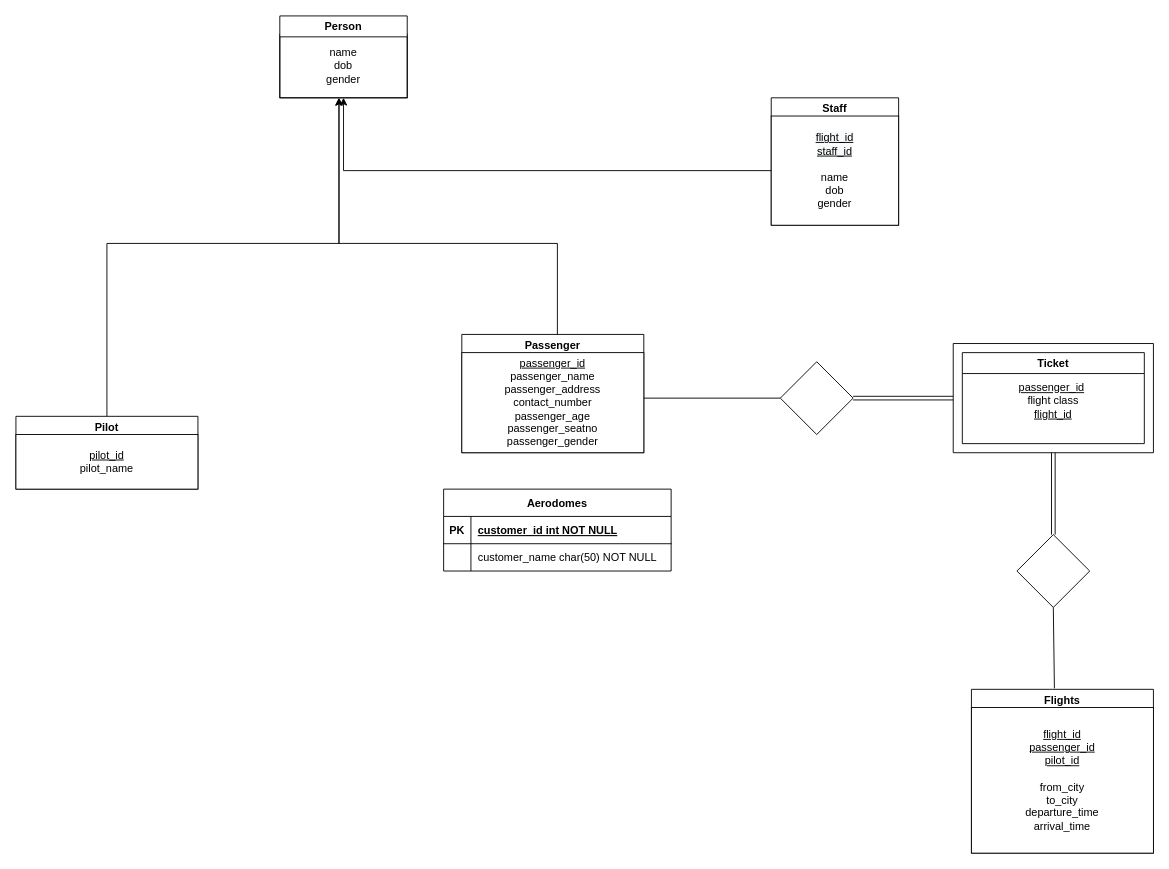
Before: Database.drawio in adarsh-kishore786/IT252-Project, a draw.io diagram. Source tidied: cells renumbered, new cells numbered last; positions are measured from the earlier drawing's top-left corner, leaving out a move shared by most shapes. Both pictures are drawn from the tidied source at 91%, with x=0, y=0 at pixel (15, 15).
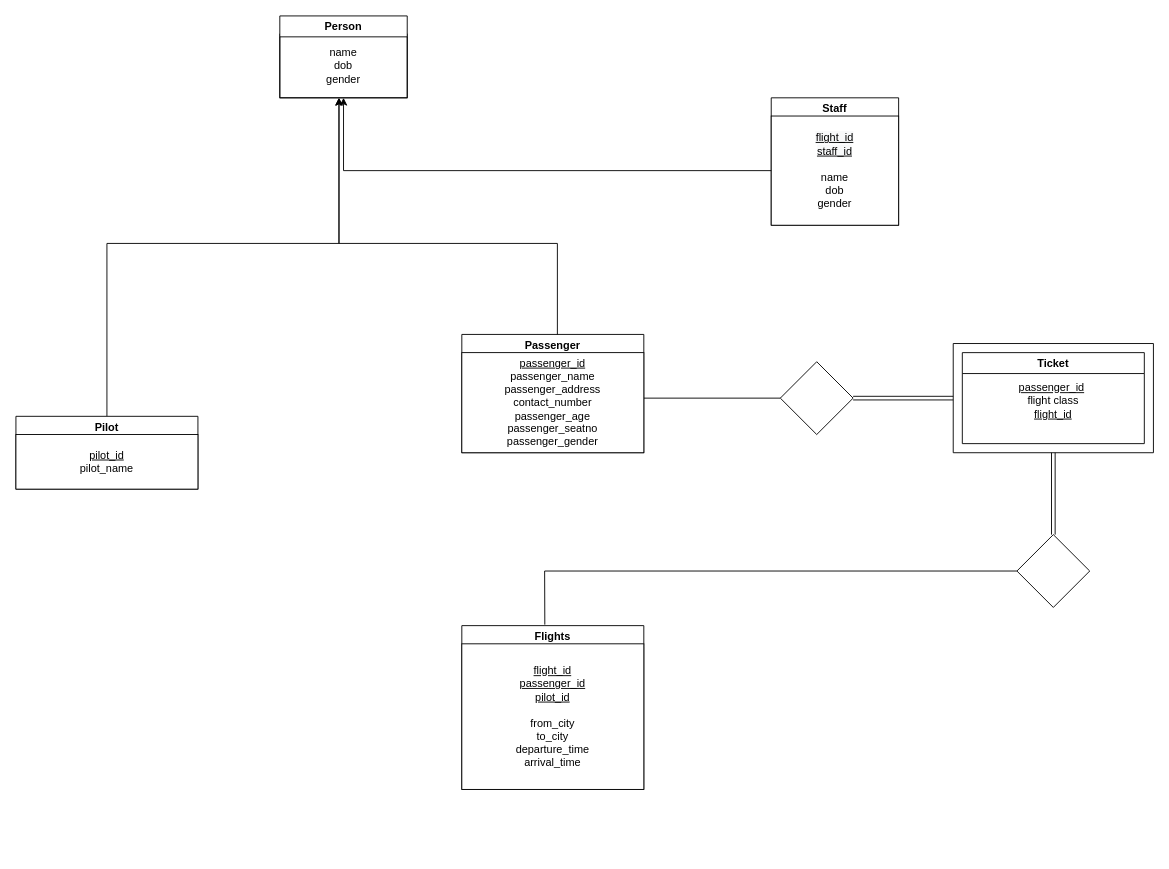
The same page after the edit.

The change refers to these unchanged cells:
```xml
<mxCell id="16" style="rhombus;whiteSpace=wrap;html=1;" parent="1" vertex="1">
  <mxGeometry x="1100" y="570" width="80" height="80" as="geometry" />
</mxCell>
```

Change to the diagram source:
```diff
@@
-    <mxCell id="4" value="Aerodomes" style="shape=table;startSize=30;childLayout=tableLayout;rowLines=0;fontStyle=1;align=center;" parent="1" vertex="1">
-      <mxGeometry x="470" y="520" width="250" height="90" as="geometry" />
-    </mxCell>
-    <mxCell id="5" style="shape=partialRectangle;fillColor=none;top=0;left=0;right=0;bottom=1;" parent="4" vertex="1">
-      <mxGeometry y="30" width="250" height="30" as="geometry" />
-    </mxCell>
-    <mxCell id="6" value="PK" style="shape=partialRectangle;overflow=hidden;fillColor=none;top=0;left=0;bottom=0;right=0;fontStyle=1;" parent="5" vertex="1">
-      <mxGeometry width="30" height="30" as="geometry" />
-    </mxCell>
-    <mxCell id="7" value="customer_id int NOT NULL " style="shape=partialRectangle;overflow=hidden;fillColor=none;top=0;left=0;bottom=0;right=0;align=left;spacingLeft=6;fontStyle=5;" parent="5" vertex="1">
-      <mxGeometry x="30" width="220" height="30" as="geometry" />
-    </mxCell>
-    <mxCell id="8" style="shape=partialRectangle;fillColor=none;top=0;left=0;right=0;bottom=0;" parent="4" vertex="1">
-      <mxGeometry y="60" width="250" height="30" as="geometry" />
-    </mxCell>
-    <mxCell id="9" style="shape=partialRectangle;overflow=hidden;fillColor=none;top=0;left=0;bottom=0;right=0;" parent="8" vertex="1">
-      <mxGeometry width="30" height="30" as="geometry" />
-    </mxCell>
-    <mxCell id="10" value="customer_name char(50) NOT NULL" style="shape=partialRectangle;overflow=hidden;fillColor=none;top=0;left=0;bottom=0;right=0;align=left;spacingLeft=6;" parent="8" vertex="1">
-      <mxGeometry x="30" width="220" height="30" as="geometry" />
-    </mxCell>
     <mxCell id="11" value="Flights" style="swimlane;" parent="1" vertex="1">
-      <mxGeometry x="1050" y="740" width="200" height="180" as="geometry" />
+      <mxGeometry x="490" y="670" width="200" height="180" as="geometry" />
     </mxCell>
@@
-    <mxCell id="20" style="endArrow=none;html=1;rounded=0;exitX=0.5;exitY=1;exitDx=0;exitDy=0;entryX=0.456;entryY=-0.006;entryDx=0;entryDy=0;entryPerimeter=0;" parent="1" edge="1" source="16" target="11">
-      <mxGeometry relative="1" as="geometry" />
+    <mxCell id="20" style="endArrow=none;html=1;rounded=0;entryX=0.456;entryY=-0.006;entryDx=0;entryDy=0;entryPerimeter=0;" parent="1" edge="1" source="16" target="11">
+      <mxGeometry relative="1" as="geometry">
+        <Array as="points">
+          <mxPoint x="581" y="610" />
+        </Array>
+      </mxGeometry>
     </mxCell>
```
